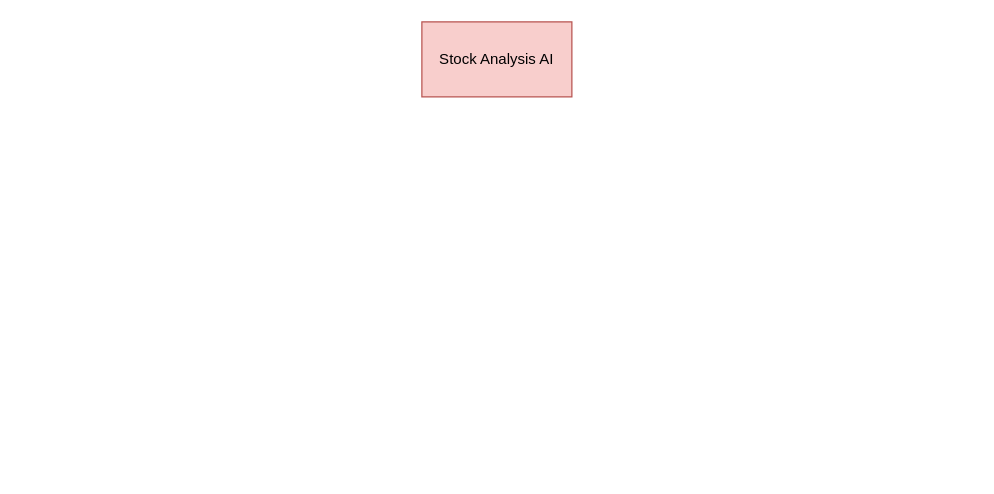
Above: attack tree.drawio in Ohm-Ittiphat/draw.io (draw.io), before the change. Source tidied: cells renumbered, new cells numbered last; positions are measured from the earlier drawing's top-left corner, leaving out a move shared by most shapes. Both pictures are drawn from the tidied source at 125%, with x=0, y=0 at pixel (421, 21).
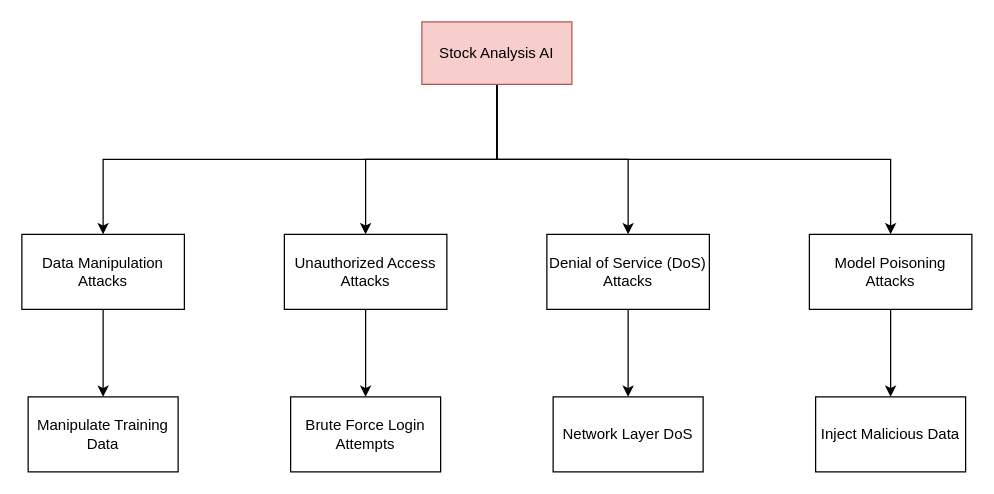
After the change.

Change to the diagram source:
```diff
@@
 <mxGraphModel>
   <root>
     <mxCell id="0" />
     <mxCell id="1" parent="0" />
+    <mxCell id="3" style="edgeStyle=orthogonalEdgeStyle;rounded=0;jettySize=auto;html=1;exitX=0.5;exitY=1;exitDx=0;exitDy=0;entryX=0.5;entryY=0;entryDx=0;entryDy=0;" parent="1" edge="1" source="2" target="8">
+      <mxGeometry relative="1" as="geometry" />
+    </mxCell>
+    <mxCell id="4" style="edgeStyle=orthogonalEdgeStyle;rounded=0;jettySize=auto;html=1;exitX=0.5;exitY=1;exitDx=0;exitDy=0;entryX=0.5;entryY=0;entryDx=0;entryDy=0;" parent="1" edge="1" source="2" target="10">
+      <mxGeometry relative="1" as="geometry" />
+    </mxCell>
+    <mxCell id="5" style="edgeStyle=orthogonalEdgeStyle;rounded=0;jettySize=auto;html=1;exitX=0.5;exitY=1;exitDx=0;exitDy=0;" parent="1" edge="1" source="2" target="14">
+      <mxGeometry relative="1" as="geometry" />
+    </mxCell>
+    <mxCell id="6" style="edgeStyle=orthogonalEdgeStyle;rounded=0;jettySize=auto;html=1;exitX=0.5;exitY=1;exitDx=0;exitDy=0;entryX=0.5;entryY=0;entryDx=0;entryDy=0;" parent="1" edge="1" source="2" target="12">
+      <mxGeometry relative="1" as="geometry" />
+    </mxCell>
     <mxCell id="2" value="Stock Analysis AI" style="rounded=0;whiteSpace=wrap;html=1;fillColor=#f8cecc;strokeColor=#b85450;" parent="1" vertex="1">
-      <mxGeometry width="120" height="60" as="geometry" />
+      <mxGeometry width="120" height="50" as="geometry" />
     </mxCell>
+    <mxCell id="7" style="edgeStyle=orthogonalEdgeStyle;rounded=0;jettySize=auto;html=1;exitX=0.5;exitY=1;exitDx=0;exitDy=0;" parent="1" edge="1" source="8" target="15">
+      <mxGeometry relative="1" as="geometry" />
+    </mxCell>
+    <mxCell id="8" value="Data Manipulation Attacks" style="rounded=0;whiteSpace=wrap;html=1;strokeColor=default;align=center;verticalAlign=middle;fillColor=default;" parent="1" vertex="1">
+      <mxGeometry x="-320" y="170" width="130" height="60" as="geometry" />
+    </mxCell>
+    <mxCell id="9" style="edgeStyle=orthogonalEdgeStyle;rounded=0;jettySize=auto;html=1;exitX=0.5;exitY=1;exitDx=0;exitDy=0;" parent="1" edge="1" source="10" target="16">
+      <mxGeometry relative="1" as="geometry" />
+    </mxCell>
+    <mxCell id="10" value="Unauthorized Access Attacks" style="rounded=0;whiteSpace=wrap;html=1;strokeColor=default;align=center;verticalAlign=middle;fillColor=default;" parent="1" vertex="1">
+      <mxGeometry x="-110" y="170" width="130" height="60" as="geometry" />
+    </mxCell>
+    <mxCell id="11" style="edgeStyle=orthogonalEdgeStyle;rounded=0;jettySize=auto;html=1;exitX=0.5;exitY=1;exitDx=0;exitDy=0;" parent="1" edge="1" source="12" target="18">
+      <mxGeometry relative="1" as="geometry" />
+    </mxCell>
+    <mxCell id="12" value="Model Poisoning Attacks" style="rounded=0;whiteSpace=wrap;html=1;strokeColor=default;align=center;verticalAlign=middle;fillColor=default;" parent="1" vertex="1">
+      <mxGeometry x="310" y="170" width="130" height="60" as="geometry" />
+    </mxCell>
+    <mxCell id="13" style="edgeStyle=orthogonalEdgeStyle;rounded=0;jettySize=auto;html=1;exitX=0.5;exitY=1;exitDx=0;exitDy=0;entryX=0.5;entryY=0;entryDx=0;entryDy=0;" parent="1" edge="1" source="14" target="17">
+      <mxGeometry relative="1" as="geometry" />
+    </mxCell>
+    <mxCell id="14" value="Denial of Service (DoS) Attacks" style="rounded=0;whiteSpace=wrap;html=1;strokeColor=default;align=center;verticalAlign=middle;fillColor=default;" parent="1" vertex="1">
+      <mxGeometry x="100" y="170" width="130" height="60" as="geometry" />
+    </mxCell>
+    <mxCell id="15" value="Manipulate Training Data" style="rounded=0;whiteSpace=wrap;html=1;" parent="1" vertex="1">
+      <mxGeometry x="-315" y="300" width="120" height="60" as="geometry" />
+    </mxCell>
+    <mxCell id="16" value="Brute Force Login Attempts" style="rounded=0;whiteSpace=wrap;html=1;" parent="1" vertex="1">
+      <mxGeometry x="-105" y="300" width="120" height="60" as="geometry" />
+    </mxCell>
+    <mxCell id="17" value="Network Layer DoS" style="rounded=0;whiteSpace=wrap;html=1;" parent="1" vertex="1">
+      <mxGeometry x="105" y="300" width="120" height="60" as="geometry" />
+    </mxCell>
+    <mxCell id="18" value="Inject Malicious Data" style="rounded=0;whiteSpace=wrap;html=1;" parent="1" vertex="1">
+      <mxGeometry x="315" y="300" width="120" height="60" as="geometry" />
+    </mxCell>
   </root>
 </mxGraphModel>
```
